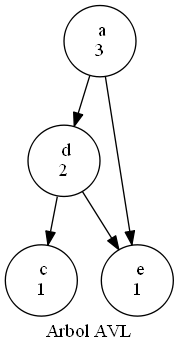
Before: EDD_Proyecto2/Reportes/ArbolAVL.png, a diagram exported from Graphviz (hr9457/EDD_1S2020_PY2_201314296). Its source is kept beside it as EDD_Proyecto2/ArchivosDot/ArbolAVL.dot.
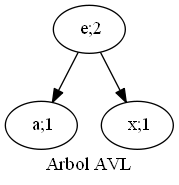
The same diagram one commit later.

The edit, as a diff of the source:
```diff
@@ -1,19 +1,10 @@
 digraph arbolAVL{
 rankdir=TB;
-nodoa[ label = " a
-3" ];
-nodoa->nodod
-nodod[ label = " d
-2" ];
-nodod->nodoc
-nodoc[ label = " c
-1" ];
-nodod->nodoe
-nodoe[ label = " e
-1" ];
-nodoa->nodoe
-nodoe[ label = " e
-1" ];
+nodoe[ label = " e;2" ];
+nodoe->nodoa;
+nodoa[ label = " a;1" ];
+nodoe->nodox;
+nodox[ label = " x;1" ];
 
 label = " Arbol AVL ";
 }
```
